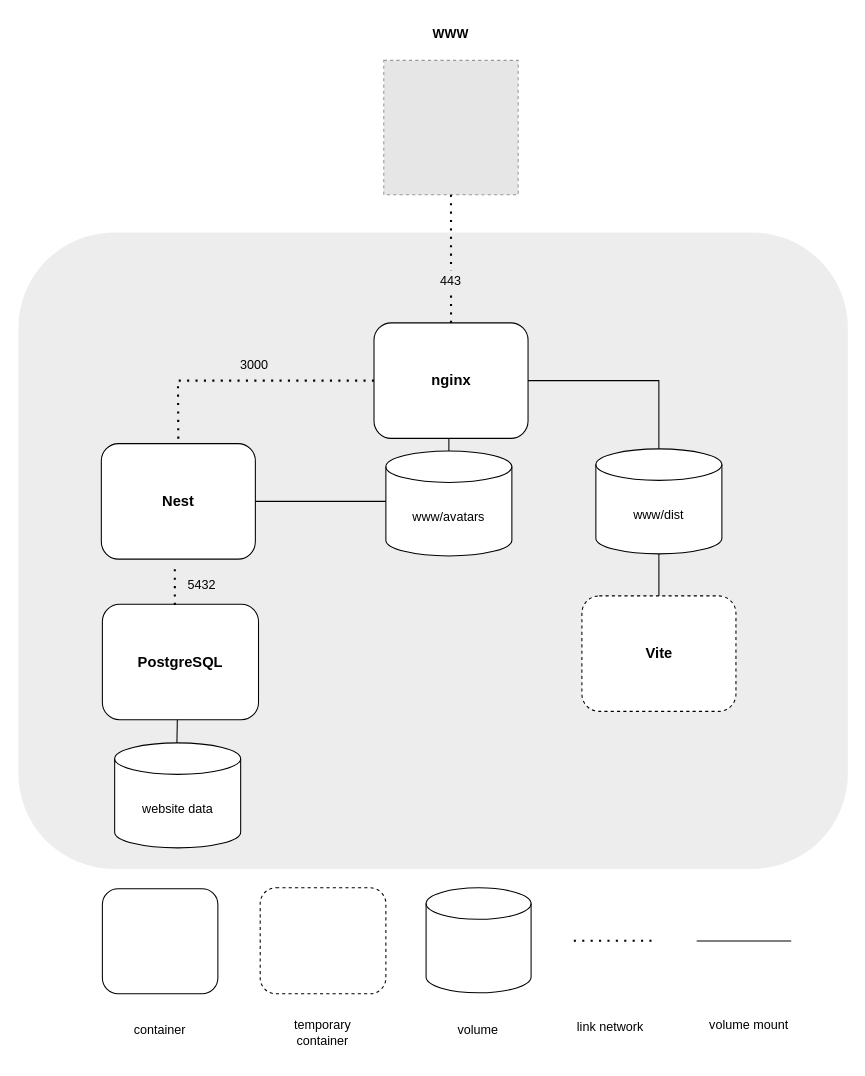
The draw.io diagram info/stack_docker.drawio in fleblay/42-ft_transcendence, before the edit. Source tidied: cells renumbered, new cells numbered last; positions are measured from the earlier drawing's top-left corner, leaving out a move shared by most shapes. Both pictures are drawn from the tidied source at 105%, with x=0, y=0 at pixel (18, 18). Pictures stored in the file or linked from it are replaced by grey dashed boxes.
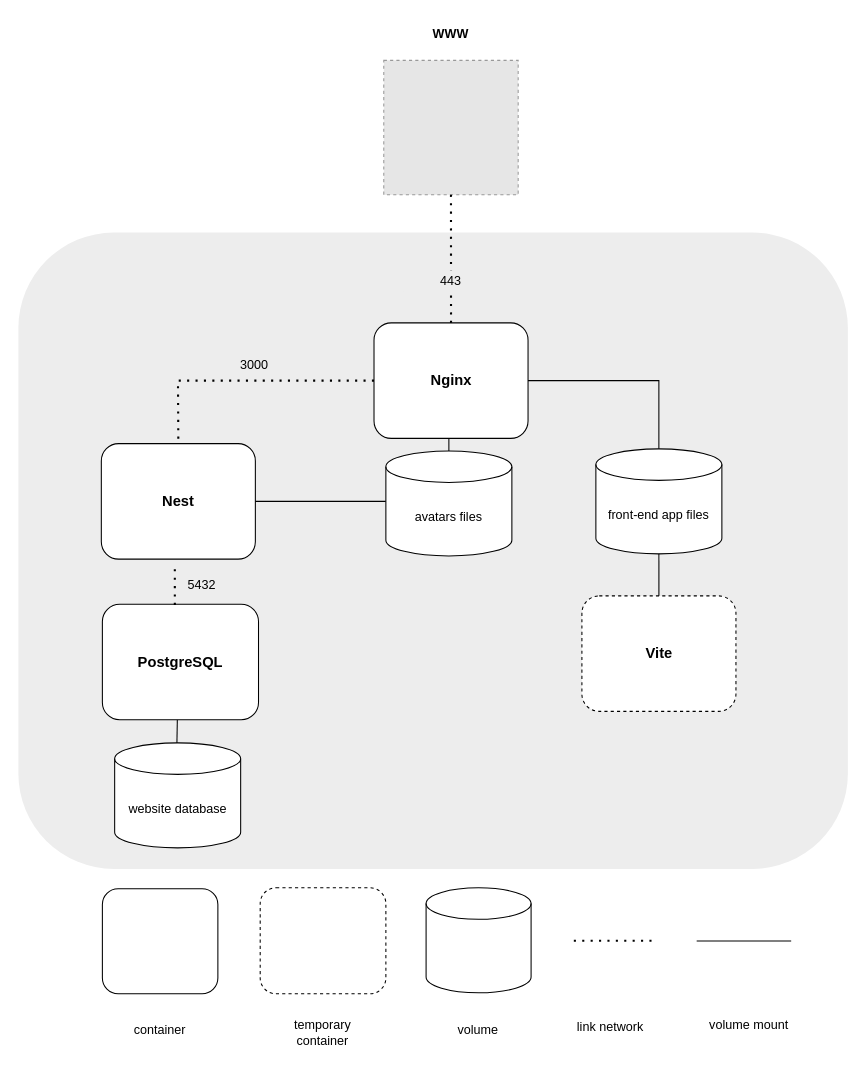
The same diagram, later.

Commit message (it also covers changes not shown here):
Mettre à jour stack_docker.drawio

Diff of the diagram source:
```diff
@@
-    <mxCell id="3" value="&lt;font style=&quot;font-size: 14px;&quot;&gt;&lt;b&gt;nginx&lt;/b&gt;&lt;/font&gt;" style="rounded=1;whiteSpace=wrap;html=1;" parent="1" vertex="1">
+    <mxCell id="3" value="&lt;font style=&quot;font-size: 14px;&quot;&gt;&lt;b&gt;Nginx&lt;/b&gt;&lt;/font&gt;" style="rounded=1;whiteSpace=wrap;html=1;" parent="1" vertex="1">
       <mxGeometry x="338.7" y="290" width="146.7" height="110" as="geometry" />
     </mxCell>
@@
-    <mxCell id="8" value="website data" style="shape=cylinder3;whiteSpace=wrap;html=1;boundedLbl=1;backgroundOutline=1;size=15;" parent="1" vertex="1">
+    <mxCell id="8" value="website database" style="shape=cylinder3;whiteSpace=wrap;html=1;boundedLbl=1;backgroundOutline=1;size=15;" parent="1" vertex="1">
       <mxGeometry x="91.7" y="690" width="120" height="100" as="geometry" />
     </mxCell>
@@
-    <mxCell id="17" value="www/dist" style="shape=cylinder3;whiteSpace=wrap;html=1;boundedLbl=1;backgroundOutline=1;size=15;" parent="1" vertex="1">
+    <mxCell id="17" value="front-end app files" style="shape=cylinder3;whiteSpace=wrap;html=1;boundedLbl=1;backgroundOutline=1;size=15;" parent="1" vertex="1">
       <mxGeometry x="550" y="410" width="120" height="100" as="geometry" />
     </mxCell>
@@
-    <mxCell id="25" value="www/avatars" style="shape=cylinder3;whiteSpace=wrap;html=1;boundedLbl=1;backgroundOutline=1;size=15;" parent="1" vertex="1">
+    <mxCell id="25" value="avatars files" style="shape=cylinder3;whiteSpace=wrap;html=1;boundedLbl=1;backgroundOutline=1;size=15;" parent="1" vertex="1">
       <mxGeometry x="350" y="412" width="120" height="100" as="geometry" />
     </mxCell>
```
